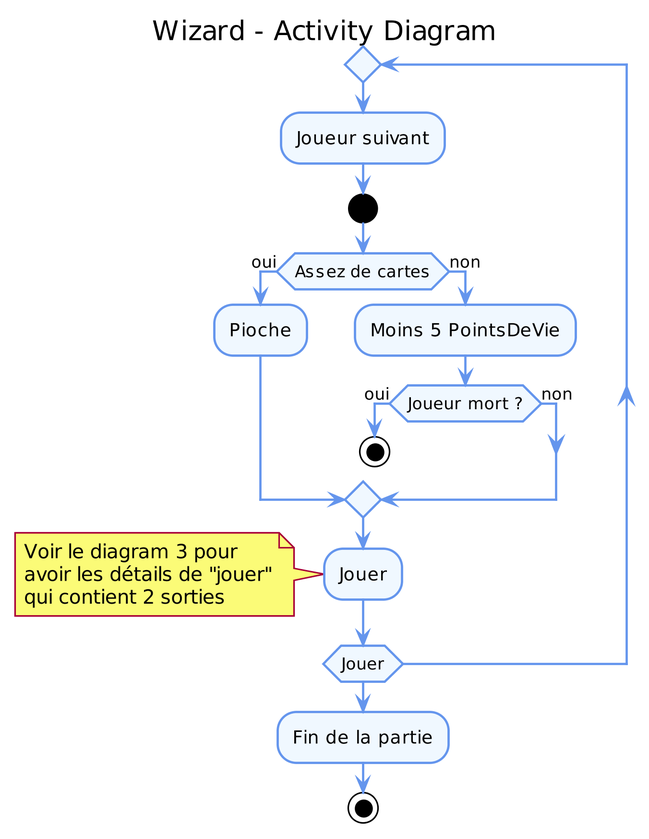
This is uml_files/ActivityDiagram.png from elishadrion/tetris, a PlantUML export, as it was before one commit.
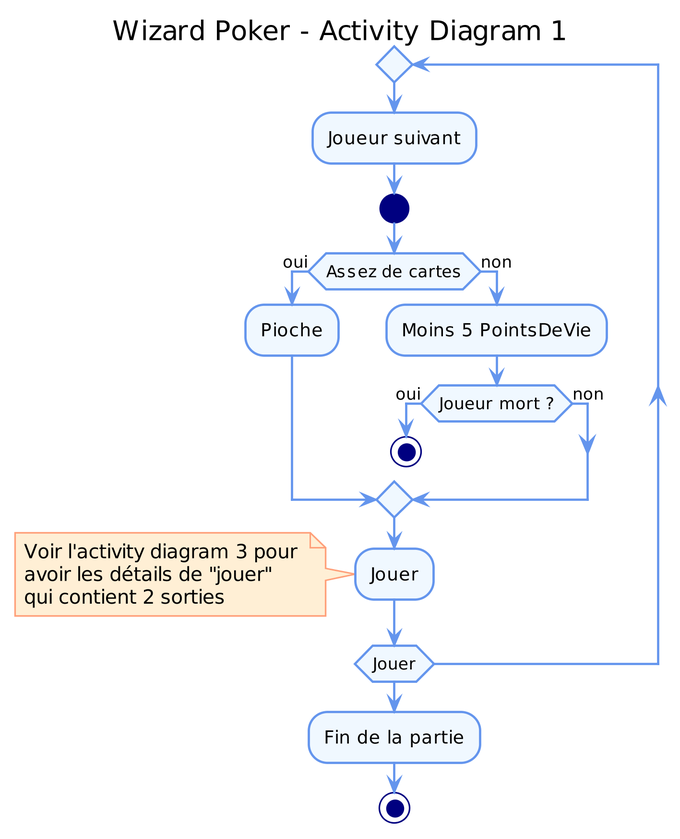
Above is the later version.

Commit message:
Mise à jour des Diagrammes d'activité (voir commit de Lucie)

What changed in the source:
```diff
@@ -1,5 +1,5 @@
 @startuml
-title Wizard - Activity Diagram
+title Wizard Poker - Activity Diagram 1
 
 skinparam classAttributeIconSize 0
 
@@ -8,10 +8,14 @@
 skinparam dpi 300
 
 skinparam activity {
+  StartColor Navy
   BackgroundColor AliceBlue
   ArrowColor CornflowerBlue
   BorderColor CornflowerBlue
+  EndColor Navy
 }
+skinparam NoteBackgroundColor PapayaWhip
+skinparam NoteBorderColor LightSalmon
 skinparam stereotypeCBackgroundColor OldLace
 
 
@@ -29,7 +33,7 @@
   endif
   :Jouer;
   note
-    Voir le diagram 3 pour
+    Voir l'activity diagram 3 pour
     avoir les détails de "jouer"
     qui contient 2 sorties
   end note
```
